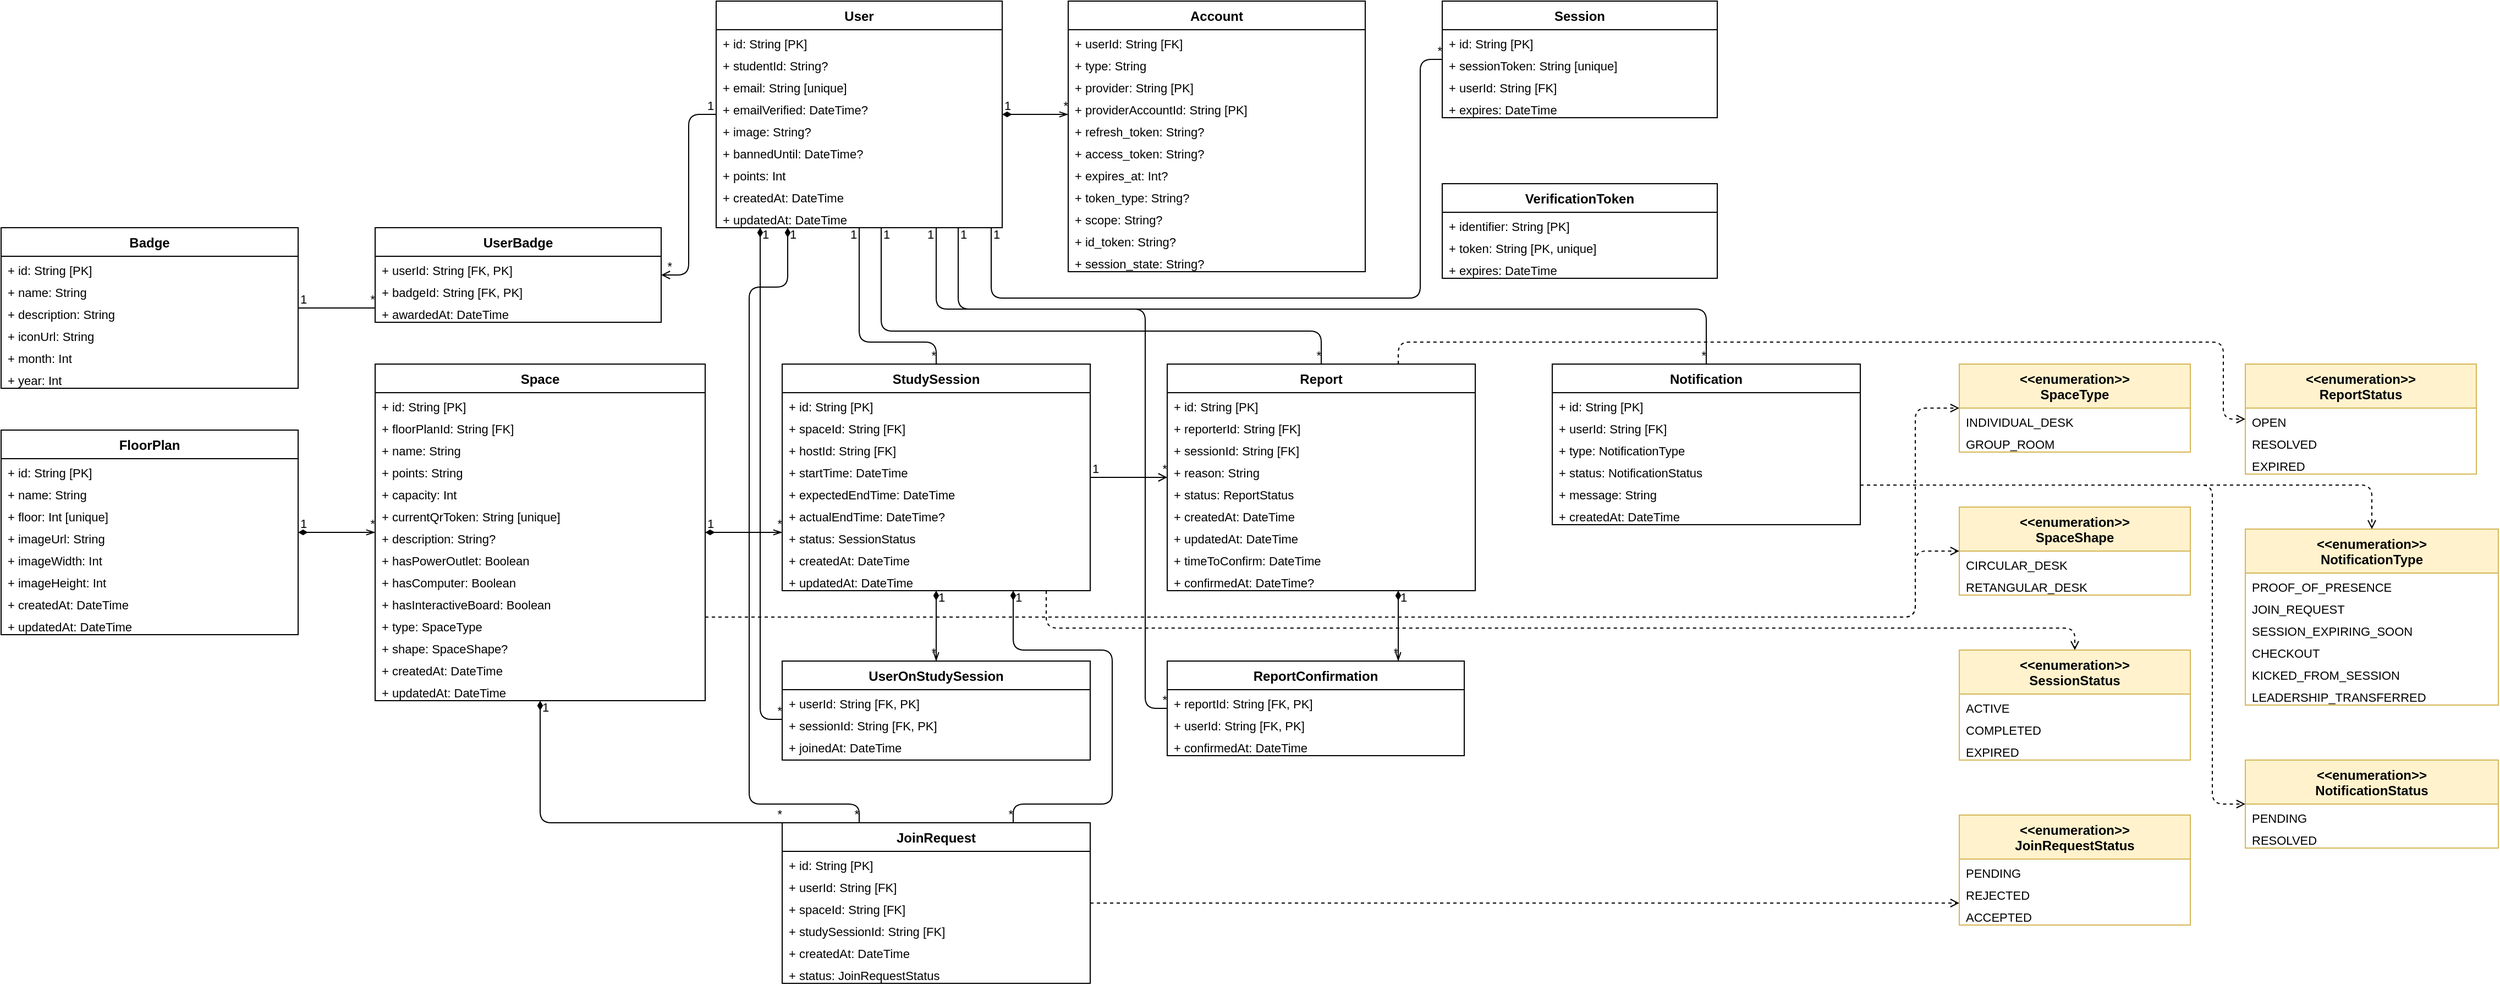
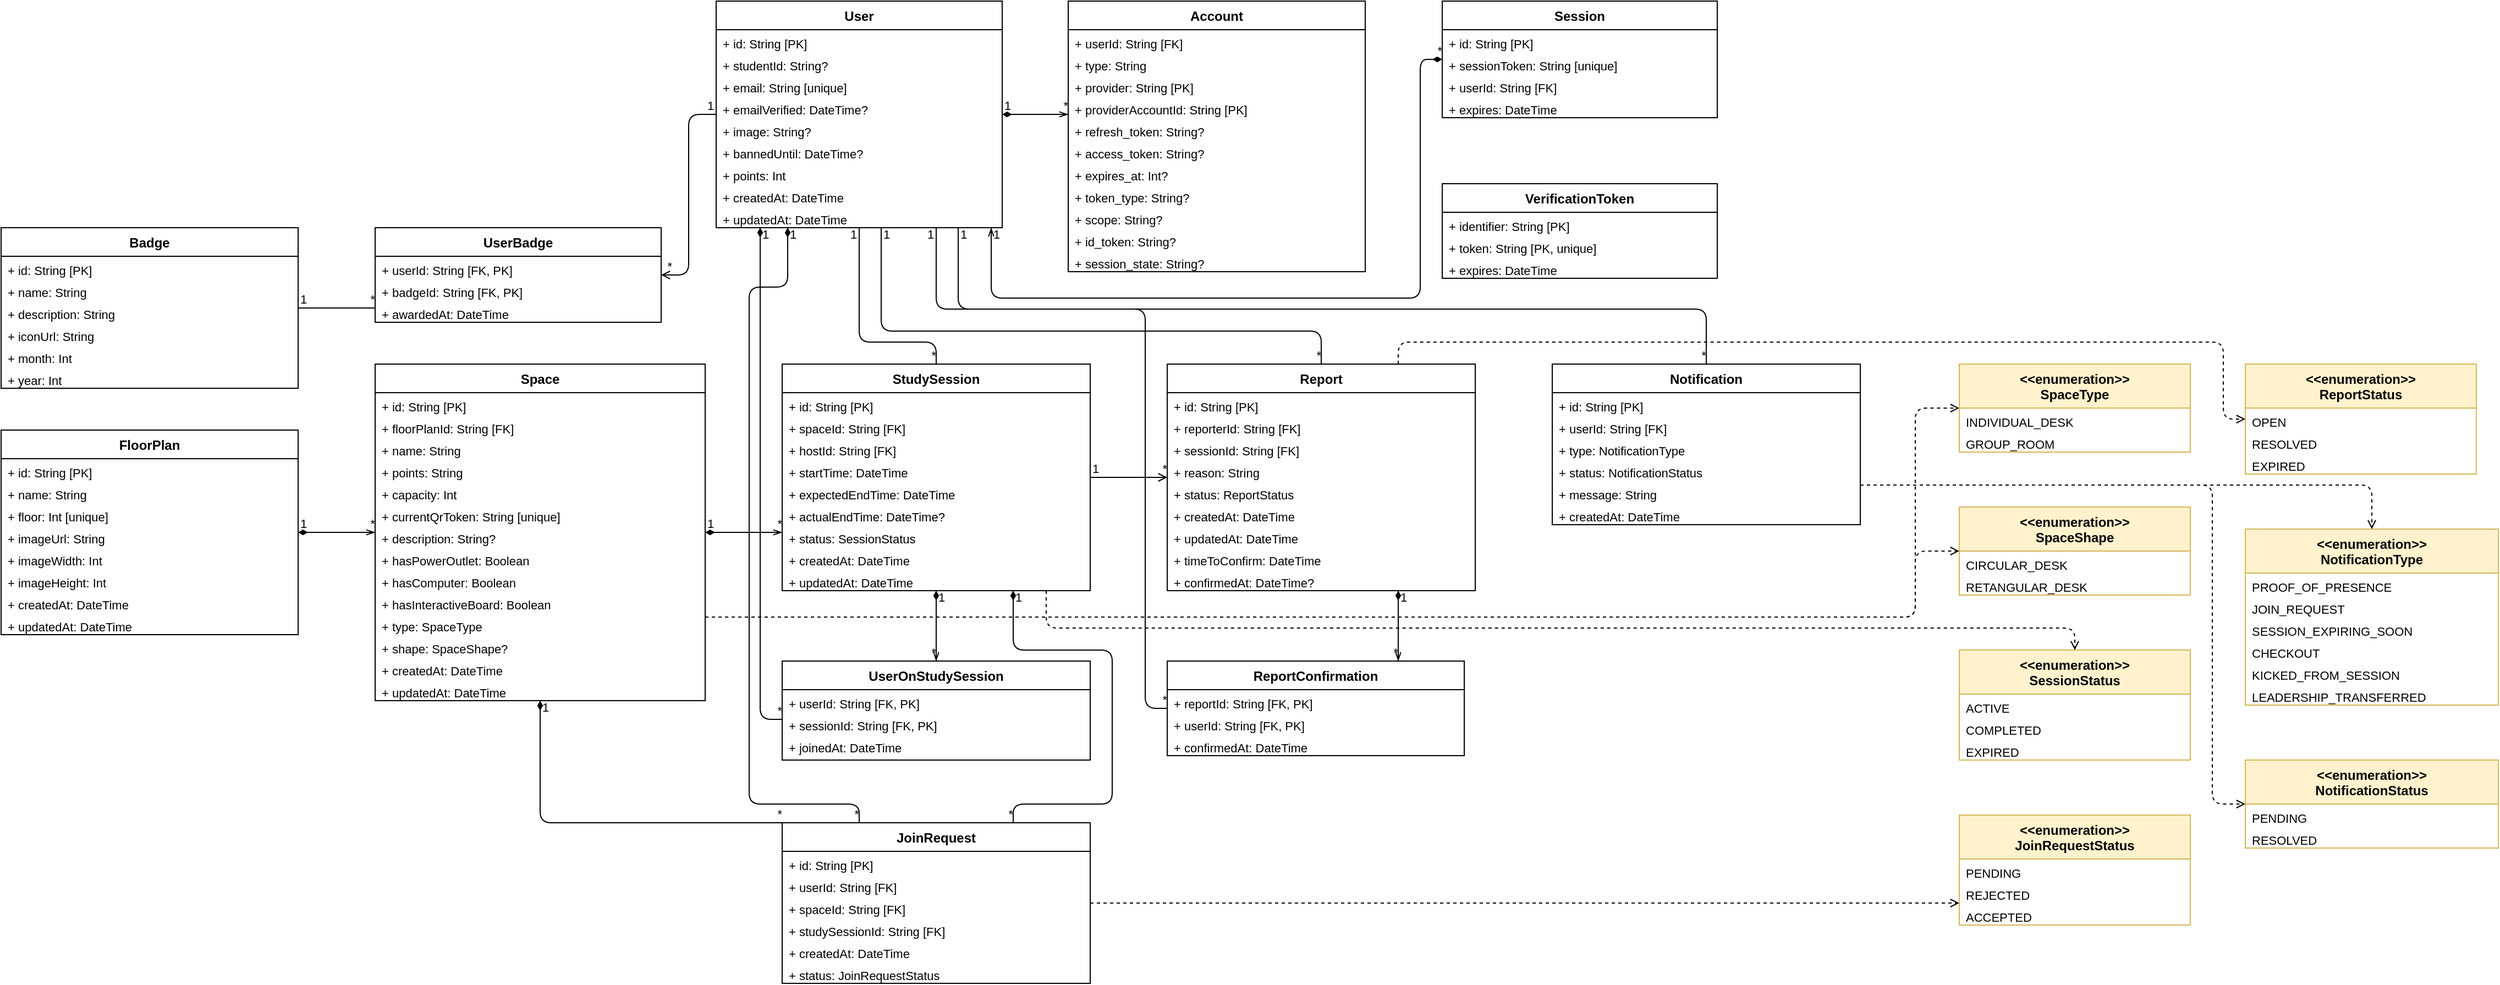
<mxfile host="65bd71144e">
    <diagram id="DdnBWMuHCvRa-rjZU-N_" name="Page-1">
-         <mxGraphModel dx="1161" dy="576" grid="1" gridSize="10" guides="1" tooltips="1" connect="1" arrows="1" fold="1" page="1" pageScale="1" pageWidth="2339" pageHeight="1654" math="0" shadow="0">
+         <mxGraphModel dx="1306" dy="648" grid="1" gridSize="10" guides="1" tooltips="1" connect="1" arrows="1" fold="1" page="1" pageScale="1" pageWidth="2339" pageHeight="1654" math="0" shadow="0">
            <root>
                <mxCell id="0"/>
                <mxCell id="1" parent="0"/>
                <mxCell id="768" value="User" style="swimlane;fontStyle=1;align=center;startSize=26;" parent="1" vertex="1">
                    <mxGeometry x="720" y="70" width="260" height="206" as="geometry"/>
                </mxCell>
                <mxCell id="769" value="+ id: String [PK]" style="text;strokeColor=none;fillColor=none;align=left;spacingLeft=4;fontSize=11;" parent="768" vertex="1">
                    <mxGeometry y="26" width="260" height="20" as="geometry"/>
                </mxCell>
                <mxCell id="770" value="+ studentId: String?" style="text;strokeColor=none;fillColor=none;align=left;spacingLeft=4;fontSize=11;" parent="768" vertex="1">
                    <mxGeometry y="46" width="260" height="20" as="geometry"/>
                </mxCell>
                <mxCell id="771" value="+ email: String [unique]" style="text;strokeColor=none;fillColor=none;align=left;spacingLeft=4;fontSize=11;" parent="768" vertex="1">
                    <mxGeometry y="66" width="260" height="20" as="geometry"/>
                </mxCell>
                <mxCell id="772" value="+ emailVerified: DateTime?" style="text;strokeColor=none;fillColor=none;align=left;spacingLeft=4;fontSize=11;" parent="768" vertex="1">
                    <mxGeometry y="86" width="260" height="20" as="geometry"/>
                </mxCell>
                <mxCell id="773" value="+ image: String?" style="text;strokeColor=none;fillColor=none;align=left;spacingLeft=4;fontSize=11;" parent="768" vertex="1">
                    <mxGeometry y="106" width="260" height="20" as="geometry"/>
                </mxCell>
                <mxCell id="774" value="+ bannedUntil: DateTime?" style="text;strokeColor=none;fillColor=none;align=left;spacingLeft=4;fontSize=11;" parent="768" vertex="1">
                    <mxGeometry y="126" width="260" height="20" as="geometry"/>
                </mxCell>
                <mxCell id="775" value="+ points: Int" style="text;strokeColor=none;fillColor=none;align=left;spacingLeft=4;fontSize=11;" parent="768" vertex="1">
                    <mxGeometry y="146" width="260" height="20" as="geometry"/>
                </mxCell>
                <mxCell id="776" value="+ createdAt: DateTime" style="text;strokeColor=none;fillColor=none;align=left;spacingLeft=4;fontSize=11;" parent="768" vertex="1">
                    <mxGeometry y="166" width="260" height="20" as="geometry"/>
                </mxCell>
                <mxCell id="777" value="+ updatedAt: DateTime" style="text;strokeColor=none;fillColor=none;align=left;spacingLeft=4;fontSize=11;" parent="768" vertex="1">
                    <mxGeometry y="186" width="260" height="20" as="geometry"/>
                </mxCell>
                <mxCell id="778" value="Account" style="swimlane;fontStyle=1;align=center;startSize=26;" parent="1" vertex="1">
                    <mxGeometry x="1040" y="70" width="270" height="246" as="geometry"/>
                </mxCell>
                <mxCell id="779" value="+ userId: String [FK]" style="text;strokeColor=none;fillColor=none;align=left;spacingLeft=4;fontSize=11;" parent="778" vertex="1">
                    <mxGeometry y="26" width="270" height="20" as="geometry"/>
                </mxCell>
                <mxCell id="780" value="+ type: String" style="text;strokeColor=none;fillColor=none;align=left;spacingLeft=4;fontSize=11;" parent="778" vertex="1">
                    <mxGeometry y="46" width="270" height="20" as="geometry"/>
                </mxCell>
                <mxCell id="781" value="+ provider: String [PK]" style="text;strokeColor=none;fillColor=none;align=left;spacingLeft=4;fontSize=11;" parent="778" vertex="1">
                    <mxGeometry y="66" width="270" height="20" as="geometry"/>
                </mxCell>
                <mxCell id="782" value="+ providerAccountId: String [PK]" style="text;strokeColor=none;fillColor=none;align=left;spacingLeft=4;fontSize=11;" parent="778" vertex="1">
                    <mxGeometry y="86" width="270" height="20" as="geometry"/>
                </mxCell>
                <mxCell id="783" value="+ refresh_token: String?" style="text;strokeColor=none;fillColor=none;align=left;spacingLeft=4;fontSize=11;" parent="778" vertex="1">
                    <mxGeometry y="106" width="270" height="20" as="geometry"/>
                </mxCell>
                <mxCell id="784" value="+ access_token: String?" style="text;strokeColor=none;fillColor=none;align=left;spacingLeft=4;fontSize=11;" parent="778" vertex="1">
                    <mxGeometry y="126" width="270" height="20" as="geometry"/>
                </mxCell>
                <mxCell id="785" value="+ expires_at: Int?" style="text;strokeColor=none;fillColor=none;align=left;spacingLeft=4;fontSize=11;" parent="778" vertex="1">
                    <mxGeometry y="146" width="270" height="20" as="geometry"/>
                </mxCell>
                <mxCell id="786" value="+ token_type: String?" style="text;strokeColor=none;fillColor=none;align=left;spacingLeft=4;fontSize=11;" parent="778" vertex="1">
                    <mxGeometry y="166" width="270" height="20" as="geometry"/>
                </mxCell>
                <mxCell id="787" value="+ scope: String?" style="text;strokeColor=none;fillColor=none;align=left;spacingLeft=4;fontSize=11;" parent="778" vertex="1">
                    <mxGeometry y="186" width="270" height="20" as="geometry"/>
                </mxCell>
                <mxCell id="788" value="+ id_token: String?" style="text;strokeColor=none;fillColor=none;align=left;spacingLeft=4;fontSize=11;" parent="778" vertex="1">
                    <mxGeometry y="206" width="270" height="20" as="geometry"/>
                </mxCell>
                <mxCell id="789" value="+ session_state: String?" style="text;strokeColor=none;fillColor=none;align=left;spacingLeft=4;fontSize=11;" parent="778" vertex="1">
                    <mxGeometry y="226" width="270" height="20" as="geometry"/>
                </mxCell>
                <mxCell id="790" value="Session" style="swimlane;fontStyle=1;align=center;startSize=26;" parent="1" vertex="1">
                    <mxGeometry x="1380" y="70" width="250" height="106" as="geometry"/>
                </mxCell>
                <mxCell id="791" value="+ id: String [PK]" style="text;strokeColor=none;fillColor=none;align=left;spacingLeft=4;fontSize=11;" parent="790" vertex="1">
                    <mxGeometry y="26" width="250" height="20" as="geometry"/>
                </mxCell>
                <mxCell id="792" value="+ sessionToken: String [unique]" style="text;strokeColor=none;fillColor=none;align=left;spacingLeft=4;fontSize=11;" parent="790" vertex="1">
                    <mxGeometry y="46" width="250" height="20" as="geometry"/>
                </mxCell>
                <mxCell id="793" value="+ userId: String [FK]" style="text;strokeColor=none;fillColor=none;align=left;spacingLeft=4;fontSize=11;" parent="790" vertex="1">
                    <mxGeometry y="66" width="250" height="20" as="geometry"/>
                </mxCell>
                <mxCell id="794" value="+ expires: DateTime" style="text;strokeColor=none;fillColor=none;align=left;spacingLeft=4;fontSize=11;" parent="790" vertex="1">
                    <mxGeometry y="86" width="250" height="20" as="geometry"/>
                </mxCell>
                <mxCell id="795" value="VerificationToken" style="swimlane;fontStyle=1;align=center;startSize=26;" parent="1" vertex="1">
                    <mxGeometry x="1380" y="236" width="250" height="86" as="geometry"/>
                </mxCell>
                <mxCell id="796" value="+ identifier: String [PK]" style="text;strokeColor=none;fillColor=none;align=left;spacingLeft=4;fontSize=11;" parent="795" vertex="1">
                    <mxGeometry y="26" width="250" height="20" as="geometry"/>
                </mxCell>
                <mxCell id="797" value="+ token: String [PK, unique]" style="text;strokeColor=none;fillColor=none;align=left;spacingLeft=4;fontSize=11;" parent="795" vertex="1">
                    <mxGeometry y="46" width="250" height="20" as="geometry"/>
                </mxCell>
                <mxCell id="798" value="+ expires: DateTime" style="text;strokeColor=none;fillColor=none;align=left;spacingLeft=4;fontSize=11;" parent="795" vertex="1">
                    <mxGeometry y="66" width="250" height="20" as="geometry"/>
                </mxCell>
                <mxCell id="799" value="FloorPlan" style="swimlane;fontStyle=1;align=center;startSize=26;" parent="1" vertex="1">
                    <mxGeometry x="70" y="460" width="270" height="186" as="geometry"/>
                </mxCell>
                <mxCell id="800" value="+ id: String [PK]" style="text;strokeColor=none;fillColor=none;align=left;spacingLeft=4;fontSize=11;" parent="799" vertex="1">
                    <mxGeometry y="26" width="270" height="20" as="geometry"/>
                </mxCell>
                <mxCell id="801" value="+ name: String" style="text;strokeColor=none;fillColor=none;align=left;spacingLeft=4;fontSize=11;" parent="799" vertex="1">
                    <mxGeometry y="46" width="270" height="20" as="geometry"/>
                </mxCell>
                <mxCell id="802" value="+ floor: Int [unique]" style="text;strokeColor=none;fillColor=none;align=left;spacingLeft=4;fontSize=11;" parent="799" vertex="1">
                    <mxGeometry y="66" width="270" height="20" as="geometry"/>
                </mxCell>
                <mxCell id="803" value="+ imageUrl: String" style="text;strokeColor=none;fillColor=none;align=left;spacingLeft=4;fontSize=11;" parent="799" vertex="1">
                    <mxGeometry y="86" width="270" height="20" as="geometry"/>
                </mxCell>
                <mxCell id="804" value="+ imageWidth: Int" style="text;strokeColor=none;fillColor=none;align=left;spacingLeft=4;fontSize=11;" parent="799" vertex="1">
                    <mxGeometry y="106" width="270" height="20" as="geometry"/>
                </mxCell>
                <mxCell id="805" value="+ imageHeight: Int" style="text;strokeColor=none;fillColor=none;align=left;spacingLeft=4;fontSize=11;" parent="799" vertex="1">
                    <mxGeometry y="126" width="270" height="20" as="geometry"/>
                </mxCell>
                <mxCell id="806" value="+ createdAt: DateTime" style="text;strokeColor=none;fillColor=none;align=left;spacingLeft=4;fontSize=11;" parent="799" vertex="1">
                    <mxGeometry y="146" width="270" height="20" as="geometry"/>
                </mxCell>
                <mxCell id="807" value="+ updatedAt: DateTime" style="text;strokeColor=none;fillColor=none;align=left;spacingLeft=4;fontSize=11;" parent="799" vertex="1">
                    <mxGeometry y="166" width="270" height="20" as="geometry"/>
                </mxCell>
                <mxCell id="808" value="Space" style="swimlane;fontStyle=1;align=center;startSize=26;" parent="1" vertex="1">
                    <mxGeometry x="410" y="400" width="300" height="306" as="geometry"/>
                </mxCell>
                <mxCell id="809" value="+ id: String [PK]" style="text;strokeColor=none;fillColor=none;align=left;spacingLeft=4;fontSize=11;" parent="808" vertex="1">
                    <mxGeometry y="26" width="300" height="20" as="geometry"/>
                </mxCell>
                <mxCell id="810" value="+ floorPlanId: String [FK]" style="text;strokeColor=none;fillColor=none;align=left;spacingLeft=4;fontSize=11;" parent="808" vertex="1">
                    <mxGeometry y="46" width="300" height="20" as="geometry"/>
                </mxCell>
                <mxCell id="811" value="+ name: String" style="text;strokeColor=none;fillColor=none;align=left;spacingLeft=4;fontSize=11;" parent="808" vertex="1">
                    <mxGeometry y="66" width="300" height="20" as="geometry"/>
                </mxCell>
                <mxCell id="812" value="+ points: String" style="text;strokeColor=none;fillColor=none;align=left;spacingLeft=4;fontSize=11;" parent="808" vertex="1">
                    <mxGeometry y="86" width="300" height="20" as="geometry"/>
                </mxCell>
                <mxCell id="813" value="+ capacity: Int" style="text;strokeColor=none;fillColor=none;align=left;spacingLeft=4;fontSize=11;" parent="808" vertex="1">
                    <mxGeometry y="106" width="300" height="20" as="geometry"/>
                </mxCell>
                <mxCell id="814" value="+ currentQrToken: String [unique]" style="text;strokeColor=none;fillColor=none;align=left;spacingLeft=4;fontSize=11;" parent="808" vertex="1">
                    <mxGeometry y="126" width="300" height="20" as="geometry"/>
                </mxCell>
                <mxCell id="815" value="+ description: String?" style="text;strokeColor=none;fillColor=none;align=left;spacingLeft=4;fontSize=11;" parent="808" vertex="1">
                    <mxGeometry y="146" width="300" height="20" as="geometry"/>
                </mxCell>
                <mxCell id="816" value="+ hasPowerOutlet: Boolean" style="text;strokeColor=none;fillColor=none;align=left;spacingLeft=4;fontSize=11;" parent="808" vertex="1">
                    <mxGeometry y="166" width="300" height="20" as="geometry"/>
                </mxCell>
                <mxCell id="817" value="+ hasComputer: Boolean" style="text;strokeColor=none;fillColor=none;align=left;spacingLeft=4;fontSize=11;" parent="808" vertex="1">
                    <mxGeometry y="186" width="300" height="20" as="geometry"/>
                </mxCell>
                <mxCell id="818" value="+ hasInteractiveBoard: Boolean" style="text;strokeColor=none;fillColor=none;align=left;spacingLeft=4;fontSize=11;" parent="808" vertex="1">
                    <mxGeometry y="206" width="300" height="20" as="geometry"/>
                </mxCell>
                <mxCell id="819" value="+ type: SpaceType" style="text;strokeColor=none;fillColor=none;align=left;spacingLeft=4;fontSize=11;" parent="808" vertex="1">
                    <mxGeometry y="226" width="300" height="20" as="geometry"/>
                </mxCell>
                <mxCell id="820" value="+ shape: SpaceShape?" style="text;strokeColor=none;fillColor=none;align=left;spacingLeft=4;fontSize=11;" parent="808" vertex="1">
                    <mxGeometry y="246" width="300" height="20" as="geometry"/>
                </mxCell>
                <mxCell id="821" value="+ createdAt: DateTime" style="text;strokeColor=none;fillColor=none;align=left;spacingLeft=4;fontSize=11;" parent="808" vertex="1">
                    <mxGeometry y="266" width="300" height="20" as="geometry"/>
                </mxCell>
                <mxCell id="822" value="+ updatedAt: DateTime" style="text;strokeColor=none;fillColor=none;align=left;spacingLeft=4;fontSize=11;" parent="808" vertex="1">
                    <mxGeometry y="286" width="300" height="20" as="geometry"/>
                </mxCell>
                <mxCell id="823" value="StudySession" style="swimlane;fontStyle=1;align=center;startSize=26;" parent="1" vertex="1">
                    <mxGeometry x="780" y="400" width="280" height="206" as="geometry"/>
                </mxCell>
                <mxCell id="824" value="+ id: String [PK]" style="text;strokeColor=none;fillColor=none;align=left;spacingLeft=4;fontSize=11;" parent="823" vertex="1">
                    <mxGeometry y="26" width="280" height="20" as="geometry"/>
                </mxCell>
                <mxCell id="825" value="+ spaceId: String [FK]" style="text;strokeColor=none;fillColor=none;align=left;spacingLeft=4;fontSize=11;" parent="823" vertex="1">
                    <mxGeometry y="46" width="280" height="20" as="geometry"/>
                </mxCell>
                <mxCell id="826" value="+ hostId: String [FK]" style="text;strokeColor=none;fillColor=none;align=left;spacingLeft=4;fontSize=11;" parent="823" vertex="1">
                    <mxGeometry y="66" width="280" height="20" as="geometry"/>
                </mxCell>
                <mxCell id="827" value="+ startTime: DateTime" style="text;strokeColor=none;fillColor=none;align=left;spacingLeft=4;fontSize=11;" parent="823" vertex="1">
                    <mxGeometry y="86" width="280" height="20" as="geometry"/>
                </mxCell>
                <mxCell id="828" value="+ expectedEndTime: DateTime" style="text;strokeColor=none;fillColor=none;align=left;spacingLeft=4;fontSize=11;" parent="823" vertex="1">
                    <mxGeometry y="106" width="280" height="20" as="geometry"/>
                </mxCell>
                <mxCell id="829" value="+ actualEndTime: DateTime?" style="text;strokeColor=none;fillColor=none;align=left;spacingLeft=4;fontSize=11;" parent="823" vertex="1">
                    <mxGeometry y="126" width="280" height="20" as="geometry"/>
                </mxCell>
                <mxCell id="830" value="+ status: SessionStatus" style="text;strokeColor=none;fillColor=none;align=left;spacingLeft=4;fontSize=11;" parent="823" vertex="1">
                    <mxGeometry y="146" width="280" height="20" as="geometry"/>
                </mxCell>
                <mxCell id="831" value="+ createdAt: DateTime" style="text;strokeColor=none;fillColor=none;align=left;spacingLeft=4;fontSize=11;" parent="823" vertex="1">
                    <mxGeometry y="166" width="280" height="20" as="geometry"/>
                </mxCell>
                <mxCell id="832" value="+ updatedAt: DateTime" style="text;strokeColor=none;fillColor=none;align=left;spacingLeft=4;fontSize=11;" parent="823" vertex="1">
                    <mxGeometry y="186" width="280" height="20" as="geometry"/>
                </mxCell>
                <mxCell id="833" value="UserOnStudySession" style="swimlane;fontStyle=1;align=center;startSize=26;" parent="1" vertex="1">
                    <mxGeometry x="780" y="670" width="280" height="90" as="geometry"/>
                </mxCell>
                <mxCell id="834" value="+ userId: String [FK, PK]" style="text;strokeColor=none;fillColor=none;align=left;spacingLeft=4;fontSize=11;" parent="833" vertex="1">
                    <mxGeometry y="26" width="280" height="20" as="geometry"/>
                </mxCell>
                <mxCell id="835" value="+ sessionId: String [FK, PK]" style="text;strokeColor=none;fillColor=none;align=left;spacingLeft=4;fontSize=11;" parent="833" vertex="1">
                    <mxGeometry y="46" width="280" height="20" as="geometry"/>
                </mxCell>
                <mxCell id="837" value="+ joinedAt: DateTime" style="text;strokeColor=none;fillColor=none;align=left;spacingLeft=4;fontSize=11;" parent="833" vertex="1">
                    <mxGeometry y="66" width="280" height="20" as="geometry"/>
                </mxCell>
                <mxCell id="838" value="Report" style="swimlane;fontStyle=1;align=center;startSize=26;" parent="1" vertex="1">
                    <mxGeometry x="1130" y="400" width="280" height="206" as="geometry"/>
                </mxCell>
                <mxCell id="839" value="+ id: String [PK]" style="text;strokeColor=none;fillColor=none;align=left;spacingLeft=4;fontSize=11;" parent="838" vertex="1">
                    <mxGeometry y="26" width="280" height="20" as="geometry"/>
                </mxCell>
                <mxCell id="840" value="+ reporterId: String [FK]" style="text;strokeColor=none;fillColor=none;align=left;spacingLeft=4;fontSize=11;" parent="838" vertex="1">
                    <mxGeometry y="46" width="280" height="20" as="geometry"/>
                </mxCell>
                <mxCell id="841" value="+ sessionId: String [FK]" style="text;strokeColor=none;fillColor=none;align=left;spacingLeft=4;fontSize=11;" parent="838" vertex="1">
                    <mxGeometry y="66" width="280" height="20" as="geometry"/>
                </mxCell>
                <mxCell id="842" value="+ reason: String" style="text;strokeColor=none;fillColor=none;align=left;spacingLeft=4;fontSize=11;" parent="838" vertex="1">
                    <mxGeometry y="86" width="280" height="20" as="geometry"/>
                </mxCell>
                <mxCell id="843" value="+ status: ReportStatus" style="text;strokeColor=none;fillColor=none;align=left;spacingLeft=4;fontSize=11;" parent="838" vertex="1">
                    <mxGeometry y="106" width="280" height="20" as="geometry"/>
                </mxCell>
                <mxCell id="844" value="+ createdAt: DateTime" style="text;strokeColor=none;fillColor=none;align=left;spacingLeft=4;fontSize=11;" parent="838" vertex="1">
                    <mxGeometry y="126" width="280" height="20" as="geometry"/>
                </mxCell>
                <mxCell id="845" value="+ updatedAt: DateTime" style="text;strokeColor=none;fillColor=none;align=left;spacingLeft=4;fontSize=11;" parent="838" vertex="1">
                    <mxGeometry y="146" width="280" height="20" as="geometry"/>
                </mxCell>
                <mxCell id="846" value="+ timeToConfirm: DateTime" style="text;strokeColor=none;fillColor=none;align=left;spacingLeft=4;fontSize=11;" parent="838" vertex="1">
                    <mxGeometry y="166" width="280" height="20" as="geometry"/>
                </mxCell>
                <mxCell id="847" value="+ confirmedAt: DateTime?" style="text;strokeColor=none;fillColor=none;align=left;spacingLeft=4;fontSize=11;" parent="838" vertex="1">
                    <mxGeometry y="186" width="280" height="20" as="geometry"/>
                </mxCell>
                <mxCell id="848" value="ReportConfirmation" style="swimlane;fontStyle=1;align=center;startSize=26;" parent="1" vertex="1">
                    <mxGeometry x="1130" y="670" width="270" height="86" as="geometry"/>
                </mxCell>
                <mxCell id="849" value="+ reportId: String [FK, PK]" style="text;strokeColor=none;fillColor=none;align=left;spacingLeft=4;fontSize=11;" parent="848" vertex="1">
                    <mxGeometry y="26" width="270" height="20" as="geometry"/>
                </mxCell>
                <mxCell id="850" value="+ userId: String [FK, PK]" style="text;strokeColor=none;fillColor=none;align=left;spacingLeft=4;fontSize=11;" parent="848" vertex="1">
                    <mxGeometry y="46" width="270" height="20" as="geometry"/>
                </mxCell>
                <mxCell id="851" value="+ confirmedAt: DateTime" style="text;strokeColor=none;fillColor=none;align=left;spacingLeft=4;fontSize=11;" parent="848" vertex="1">
                    <mxGeometry y="66" width="270" height="20" as="geometry"/>
                </mxCell>
                <mxCell id="852" value="Notification" style="swimlane;fontStyle=1;align=center;startSize=26;" parent="1" vertex="1">
                    <mxGeometry x="1480" y="400" width="280" height="146" as="geometry"/>
                </mxCell>
                <mxCell id="853" value="+ id: String [PK]" style="text;strokeColor=none;fillColor=none;align=left;spacingLeft=4;fontSize=11;" parent="852" vertex="1">
                    <mxGeometry y="26" width="280" height="20" as="geometry"/>
                </mxCell>
                <mxCell id="854" value="+ userId: String [FK]" style="text;strokeColor=none;fillColor=none;align=left;spacingLeft=4;fontSize=11;" parent="852" vertex="1">
                    <mxGeometry y="46" width="280" height="20" as="geometry"/>
                </mxCell>
                <mxCell id="855" value="+ type: NotificationType" style="text;strokeColor=none;fillColor=none;align=left;spacingLeft=4;fontSize=11;" parent="852" vertex="1">
                    <mxGeometry y="66" width="280" height="20" as="geometry"/>
                </mxCell>
                <mxCell id="856" value="+ status: NotificationStatus" style="text;strokeColor=none;fillColor=none;align=left;spacingLeft=4;fontSize=11;" parent="852" vertex="1">
                    <mxGeometry y="86" width="280" height="20" as="geometry"/>
                </mxCell>
                <mxCell id="857" value="+ message: String" style="text;strokeColor=none;fillColor=none;align=left;spacingLeft=4;fontSize=11;" parent="852" vertex="1">
                    <mxGeometry y="106" width="280" height="20" as="geometry"/>
                </mxCell>
                <mxCell id="858" value="+ createdAt: DateTime" style="text;strokeColor=none;fillColor=none;align=left;spacingLeft=4;fontSize=11;" parent="852" vertex="1">
                    <mxGeometry y="126" width="280" height="20" as="geometry"/>
                </mxCell>
                <mxCell id="859" value="Badge" style="swimlane;fontStyle=1;align=center;startSize=26;" parent="1" vertex="1">
                    <mxGeometry x="70" y="276" width="270" height="146" as="geometry"/>
                </mxCell>
                <mxCell id="860" value="+ id: String [PK]" style="text;strokeColor=none;fillColor=none;align=left;spacingLeft=4;fontSize=11;" parent="859" vertex="1">
                    <mxGeometry y="26" width="270" height="20" as="geometry"/>
                </mxCell>
                <mxCell id="861" value="+ name: String" style="text;strokeColor=none;fillColor=none;align=left;spacingLeft=4;fontSize=11;" parent="859" vertex="1">
                    <mxGeometry y="46" width="270" height="20" as="geometry"/>
                </mxCell>
                <mxCell id="862" value="+ description: String" style="text;strokeColor=none;fillColor=none;align=left;spacingLeft=4;fontSize=11;" parent="859" vertex="1">
                    <mxGeometry y="66" width="270" height="20" as="geometry"/>
                </mxCell>
                <mxCell id="863" value="+ iconUrl: String" style="text;strokeColor=none;fillColor=none;align=left;spacingLeft=4;fontSize=11;" parent="859" vertex="1">
                    <mxGeometry y="86" width="270" height="20" as="geometry"/>
                </mxCell>
                <mxCell id="864" value="+ month: Int" style="text;strokeColor=none;fillColor=none;align=left;spacingLeft=4;fontSize=11;" parent="859" vertex="1">
                    <mxGeometry y="106" width="270" height="20" as="geometry"/>
                </mxCell>
                <mxCell id="865" value="+ year: Int" style="text;strokeColor=none;fillColor=none;align=left;spacingLeft=4;fontSize=11;" parent="859" vertex="1">
                    <mxGeometry y="126" width="270" height="20" as="geometry"/>
                </mxCell>
                <mxCell id="866" value="UserBadge" style="swimlane;fontStyle=1;align=center;startSize=26;" parent="1" vertex="1">
                    <mxGeometry x="410" y="276" width="260" height="86" as="geometry"/>
                </mxCell>
                <mxCell id="867" value="+ userId: String [FK, PK]" style="text;strokeColor=none;fillColor=none;align=left;spacingLeft=4;fontSize=11;" parent="866" vertex="1">
                    <mxGeometry y="26" width="260" height="20" as="geometry"/>
                </mxCell>
                <mxCell id="868" value="+ badgeId: String [FK, PK]" style="text;strokeColor=none;fillColor=none;align=left;spacingLeft=4;fontSize=11;" parent="866" vertex="1">
                    <mxGeometry y="46" width="260" height="20" as="geometry"/>
                </mxCell>
                <mxCell id="869" value="+ awardedAt: DateTime" style="text;strokeColor=none;fillColor=none;align=left;spacingLeft=4;fontSize=11;" parent="866" vertex="1">
                    <mxGeometry y="66" width="260" height="20" as="geometry"/>
                </mxCell>
                <mxCell id="870" value="&lt;&lt;enumeration&gt;&gt;&#xa;SpaceType" style="swimlane;fontStyle=1;align=center;startSize=40;fillColor=#fff2cc;strokeColor=#d6b656;" parent="1" vertex="1">
                    <mxGeometry x="1850" y="400" width="210" height="80" as="geometry"/>
                </mxCell>
                <mxCell id="871" value="INDIVIDUAL_DESK" style="text;strokeColor=none;fillColor=none;align=left;spacingLeft=4;fontSize=11;" parent="870" vertex="1">
                    <mxGeometry y="40" width="210" height="20" as="geometry"/>
                </mxCell>
                <mxCell id="872" value="GROUP_ROOM" style="text;strokeColor=none;fillColor=none;align=left;spacingLeft=4;fontSize=11;" parent="870" vertex="1">
                    <mxGeometry y="60" width="210" height="20" as="geometry"/>
                </mxCell>
                <mxCell id="873" value="&lt;&lt;enumeration&gt;&gt;&#xa;SpaceShape" style="swimlane;fontStyle=1;align=center;startSize=40;fillColor=#fff2cc;strokeColor=#d6b656;" parent="1" vertex="1">
                    <mxGeometry x="1850" y="530" width="210" height="80" as="geometry"/>
                </mxCell>
                <mxCell id="874" value="CIRCULAR_DESK" style="text;strokeColor=none;fillColor=none;align=left;spacingLeft=4;fontSize=11;" parent="873" vertex="1">
                    <mxGeometry y="40" width="210" height="20" as="geometry"/>
                </mxCell>
                <mxCell id="875" value="RETANGULAR_DESK" style="text;strokeColor=none;fillColor=none;align=left;spacingLeft=4;fontSize=11;" parent="873" vertex="1">
                    <mxGeometry y="60" width="210" height="20" as="geometry"/>
                </mxCell>
                <mxCell id="876" value="&lt;&lt;enumeration&gt;&gt;&#xa;SessionStatus" style="swimlane;fontStyle=1;align=center;startSize=40;fillColor=#fff2cc;strokeColor=#d6b656;" parent="1" vertex="1">
                    <mxGeometry x="1850" y="660" width="210" height="100" as="geometry"/>
                </mxCell>
                <mxCell id="877" value="ACTIVE" style="text;strokeColor=none;fillColor=none;align=left;spacingLeft=4;fontSize=11;" parent="876" vertex="1">
                    <mxGeometry y="40" width="210" height="20" as="geometry"/>
                </mxCell>
                <mxCell id="878" value="COMPLETED" style="text;strokeColor=none;fillColor=none;align=left;spacingLeft=4;fontSize=11;" parent="876" vertex="1">
                    <mxGeometry y="60" width="210" height="20" as="geometry"/>
                </mxCell>
                <mxCell id="879" value="EXPIRED" style="text;strokeColor=none;fillColor=none;align=left;spacingLeft=4;fontSize=11;" parent="876" vertex="1">
                    <mxGeometry y="80" width="210" height="20" as="geometry"/>
                </mxCell>
                <mxCell id="880" value="&lt;&lt;enumeration&gt;&gt;&#xa;JoinRequestStatus" style="swimlane;fontStyle=1;align=center;startSize=40;fillColor=#fff2cc;strokeColor=#d6b656;" parent="1" vertex="1">
                    <mxGeometry x="1850" y="810" width="210" height="100" as="geometry"/>
                </mxCell>
                <mxCell id="883" value="REJECTED" style="text;strokeColor=none;fillColor=none;align=left;spacingLeft=4;fontSize=11;" parent="880" vertex="1">
                    <mxGeometry y="60" width="210" height="20" as="geometry"/>
                </mxCell>
                <mxCell id="882" value="PENDING" style="text;strokeColor=none;fillColor=none;align=left;spacingLeft=4;fontSize=11;" parent="880" vertex="1">
                    <mxGeometry y="40" width="210" height="20" as="geometry"/>
                </mxCell>
                <mxCell id="881" value="ACCEPTED" style="text;strokeColor=none;fillColor=none;align=left;spacingLeft=4;fontSize=11;" parent="880" vertex="1">
                    <mxGeometry y="80" width="210" height="20" as="geometry"/>
                </mxCell>
                <mxCell id="884" value="&lt;&lt;enumeration&gt;&gt;&#xa;ReportStatus" style="swimlane;fontStyle=1;align=center;startSize=40;fillColor=#fff2cc;strokeColor=#d6b656;" parent="1" vertex="1">
                    <mxGeometry x="2110" y="400" width="210" height="100" as="geometry"/>
                </mxCell>
                <mxCell id="885" value="OPEN" style="text;strokeColor=none;fillColor=none;align=left;spacingLeft=4;fontSize=11;" parent="884" vertex="1">
                    <mxGeometry y="40" width="210" height="20" as="geometry"/>
                </mxCell>
                <mxCell id="886" value="RESOLVED" style="text;strokeColor=none;fillColor=none;align=left;spacingLeft=4;fontSize=11;" parent="884" vertex="1">
                    <mxGeometry y="60" width="210" height="20" as="geometry"/>
                </mxCell>
                <mxCell id="887" value="EXPIRED" style="text;strokeColor=none;fillColor=none;align=left;spacingLeft=4;fontSize=11;" parent="884" vertex="1">
                    <mxGeometry y="80" width="210" height="20" as="geometry"/>
                </mxCell>
                <mxCell id="888" value="&lt;&lt;enumeration&gt;&gt;&#xa;NotificationType" style="swimlane;fontStyle=1;align=center;startSize=40;fillColor=#fff2cc;strokeColor=#d6b656;" parent="1" vertex="1">
                    <mxGeometry x="2110" y="550" width="230" height="160" as="geometry"/>
                </mxCell>
                <mxCell id="889" value="PROOF_OF_PRESENCE" style="text;strokeColor=none;fillColor=none;align=left;spacingLeft=4;fontSize=11;" parent="888" vertex="1">
                    <mxGeometry y="40" width="230" height="20" as="geometry"/>
                </mxCell>
                <mxCell id="890" value="JOIN_REQUEST" style="text;strokeColor=none;fillColor=none;align=left;spacingLeft=4;fontSize=11;" parent="888" vertex="1">
                    <mxGeometry y="60" width="230" height="20" as="geometry"/>
                </mxCell>
                <mxCell id="891" value="SESSION_EXPIRING_SOON" style="text;strokeColor=none;fillColor=none;align=left;spacingLeft=4;fontSize=11;" parent="888" vertex="1">
                    <mxGeometry y="80" width="230" height="20" as="geometry"/>
                </mxCell>
                <mxCell id="892" value="CHECKOUT" style="text;strokeColor=none;fillColor=none;align=left;spacingLeft=4;fontSize=11;" parent="888" vertex="1">
                    <mxGeometry y="100" width="230" height="20" as="geometry"/>
                </mxCell>
                <mxCell id="893" value="KICKED_FROM_SESSION" style="text;strokeColor=none;fillColor=none;align=left;spacingLeft=4;fontSize=11;" parent="888" vertex="1">
                    <mxGeometry y="120" width="230" height="20" as="geometry"/>
                </mxCell>
                <mxCell id="894" value="LEADERSHIP_TRANSFERRED" style="text;strokeColor=none;fillColor=none;align=left;spacingLeft=4;fontSize=11;" parent="888" vertex="1">
                    <mxGeometry y="140" width="230" height="20" as="geometry"/>
                </mxCell>
                <mxCell id="895" value="&lt;&lt;enumeration&gt;&gt;&#xa;NotificationStatus" style="swimlane;fontStyle=1;align=center;startSize=40;fillColor=#fff2cc;strokeColor=#d6b656;" parent="1" vertex="1">
                    <mxGeometry x="2110" y="760" width="230" height="80" as="geometry"/>
                </mxCell>
                <mxCell id="896" value="PENDING" style="text;strokeColor=none;fillColor=none;align=left;spacingLeft=4;fontSize=11;" parent="895" vertex="1">
                    <mxGeometry y="40" width="230" height="20" as="geometry"/>
                </mxCell>
                <mxCell id="897" value="RESOLVED" style="text;strokeColor=none;fillColor=none;align=left;spacingLeft=4;fontSize=11;" parent="895" vertex="1">
                    <mxGeometry y="60" width="230" height="20" as="geometry"/>
                </mxCell>
                <mxCell id="898" value="" style="edgeStyle=orthogonalEdgeStyle;endArrow=openThin;endFill=0;startArrow=diamondThin;startFill=1;" parent="1" source="768" target="778" edge="1">
                    <mxGeometry relative="1" as="geometry">
                        <Array as="points">
                            <mxPoint x="980" y="170"/>
                            <mxPoint x="980" y="170"/>
                        </Array>
                    </mxGeometry>
                </mxCell>
                <mxCell id="899" value="1" style="resizable=0;html=1;align=left;verticalAlign=bottom;labelBackgroundColor=none;fontSize=11;" parent="898" connectable="0" vertex="1">
                    <mxGeometry x="-1" relative="1" as="geometry">
                        <mxPoint as="offset"/>
                    </mxGeometry>
                </mxCell>
                <mxCell id="900" value="*" style="resizable=0;html=1;align=right;verticalAlign=bottom;labelBackgroundColor=none;fontSize=11;" parent="898" connectable="0" vertex="1">
                    <mxGeometry x="1" relative="1" as="geometry">
                        <mxPoint as="offset"/>
                    </mxGeometry>
                </mxCell>
-                 <mxCell id="901" value="" style="edgeStyle=orthogonalEdgeStyle;endArrow=none;endFill=0;startArrow=none;startFill=0;" parent="1" source="768" target="790" edge="1">
+                 <mxCell id="901" value="" style="edgeStyle=orthogonalEdgeStyle;endArrow=diamondThin;endFill=1;startArrow=openThin;startFill=0;" parent="1" source="768" target="790" edge="1">
                    <mxGeometry relative="1" as="geometry">
                        <Array as="points">
                            <mxPoint x="970" y="340"/>
                            <mxPoint x="1360" y="340"/>
                            <mxPoint x="1360" y="123"/>
                        </Array>
                    </mxGeometry>
                </mxCell>
                <mxCell id="902" value="1" style="resizable=0;html=1;align=left;verticalAlign=bottom;labelBackgroundColor=none;fontSize=11;" parent="901" connectable="0" vertex="1">
                    <mxGeometry x="-1" relative="1" as="geometry">
                        <mxPoint y="14" as="offset"/>
                    </mxGeometry>
                </mxCell>
                <mxCell id="903" value="*" style="resizable=0;html=1;align=right;verticalAlign=bottom;labelBackgroundColor=none;fontSize=11;" parent="901" connectable="0" vertex="1">
                    <mxGeometry x="1" relative="1" as="geometry">
                        <mxPoint as="offset"/>
                    </mxGeometry>
                </mxCell>
                <mxCell id="904" value="" style="edgeStyle=orthogonalEdgeStyle;endArrow=openThin;endFill=0;startArrow=diamondThin;startFill=1;" parent="1" source="799" target="808" edge="1">
                    <mxGeometry relative="1" as="geometry"/>
                </mxCell>
                <mxCell id="905" value="1" style="resizable=0;html=1;align=left;verticalAlign=bottom;labelBackgroundColor=none;fontSize=11;" parent="904" connectable="0" vertex="1">
                    <mxGeometry x="-1" relative="1" as="geometry">
                        <mxPoint as="offset"/>
                    </mxGeometry>
                </mxCell>
                <mxCell id="906" value="*" style="resizable=0;html=1;align=right;verticalAlign=bottom;labelBackgroundColor=none;fontSize=11;" parent="904" connectable="0" vertex="1">
                    <mxGeometry x="1" relative="1" as="geometry">
                        <mxPoint as="offset"/>
                    </mxGeometry>
                </mxCell>
                <mxCell id="907" value="" style="edgeStyle=orthogonalEdgeStyle;endArrow=openThin;endFill=0;startArrow=diamondThin;startFill=1;" parent="1" source="808" target="823" edge="1">
                    <mxGeometry relative="1" as="geometry">
                        <Array as="points">
                            <mxPoint x="760" y="553"/>
                            <mxPoint x="760" y="553"/>
                        </Array>
                    </mxGeometry>
                </mxCell>
                <mxCell id="908" value="1" style="resizable=0;html=1;align=left;verticalAlign=bottom;labelBackgroundColor=none;fontSize=11;" parent="907" connectable="0" vertex="1">
                    <mxGeometry x="-1" relative="1" as="geometry">
                        <mxPoint as="offset"/>
                    </mxGeometry>
                </mxCell>
                <mxCell id="909" value="*" style="resizable=0;html=1;align=right;verticalAlign=bottom;labelBackgroundColor=none;fontSize=11;" parent="907" connectable="0" vertex="1">
                    <mxGeometry x="1" relative="1" as="geometry">
                        <mxPoint as="offset"/>
                    </mxGeometry>
                </mxCell>
                <mxCell id="910" value="" style="edgeStyle=orthogonalEdgeStyle;endArrow=none;endFill=0;startArrow=none;startFill=0;" parent="1" source="768" target="823" edge="1">
                    <mxGeometry relative="1" as="geometry">
                        <Array as="points">
                            <mxPoint x="850" y="380"/>
                            <mxPoint x="920" y="380"/>
                        </Array>
                    </mxGeometry>
                </mxCell>
                <mxCell id="911" value="1" style="resizable=0;html=1;align=left;verticalAlign=bottom;labelBackgroundColor=none;fontSize=11;" parent="910" connectable="0" vertex="1">
                    <mxGeometry x="-1" relative="1" as="geometry">
                        <mxPoint x="-10" y="14" as="offset"/>
                    </mxGeometry>
                </mxCell>
                <mxCell id="912" value="*" style="resizable=0;html=1;align=right;verticalAlign=bottom;labelBackgroundColor=none;fontSize=11;" parent="910" connectable="0" vertex="1">
                    <mxGeometry x="1" relative="1" as="geometry">
                        <mxPoint as="offset"/>
                    </mxGeometry>
                </mxCell>
                <mxCell id="913" value="" style="edgeStyle=orthogonalEdgeStyle;endArrow=openThin;endFill=0;startArrow=diamondThin;startFill=1;" parent="1" source="823" target="833" edge="1">
                    <mxGeometry relative="1" as="geometry"/>
                </mxCell>
                <mxCell id="914" value="1" style="resizable=0;html=1;align=left;verticalAlign=bottom;labelBackgroundColor=none;fontSize=11;" parent="913" connectable="0" vertex="1">
                    <mxGeometry x="-1" relative="1" as="geometry">
                        <mxPoint y="14" as="offset"/>
                    </mxGeometry>
                </mxCell>
                <mxCell id="915" value="*" style="resizable=0;html=1;align=right;verticalAlign=bottom;labelBackgroundColor=none;fontSize=11;" parent="913" connectable="0" vertex="1">
                    <mxGeometry x="1" relative="1" as="geometry">
                        <mxPoint as="offset"/>
                    </mxGeometry>
                </mxCell>
                <mxCell id="916" value="" style="edgeStyle=orthogonalEdgeStyle;endArrow=none;endFill=0;startArrow=diamondThin;startFill=1;" parent="1" source="768" target="833" edge="1">
                    <mxGeometry relative="1" as="geometry">
                        <Array as="points">
                            <mxPoint x="760" y="723"/>
                        </Array>
                    </mxGeometry>
                </mxCell>
                <mxCell id="917" value="1" style="resizable=0;html=1;align=left;verticalAlign=bottom;labelBackgroundColor=none;fontSize=11;" parent="916" connectable="0" vertex="1">
                    <mxGeometry x="-1" relative="1" as="geometry">
                        <mxPoint y="14" as="offset"/>
                    </mxGeometry>
                </mxCell>
                <mxCell id="918" value="*" style="resizable=0;html=1;align=right;verticalAlign=bottom;labelBackgroundColor=none;fontSize=11;" parent="916" connectable="0" vertex="1">
                    <mxGeometry x="1" relative="1" as="geometry">
                        <mxPoint as="offset"/>
                    </mxGeometry>
                </mxCell>
                <mxCell id="919" value="" style="edgeStyle=orthogonalEdgeStyle;endArrow=open;endFill=0;" parent="1" source="823" target="838" edge="1">
                    <mxGeometry relative="1" as="geometry"/>
                </mxCell>
                <mxCell id="920" value="1" style="resizable=0;html=1;align=left;verticalAlign=bottom;labelBackgroundColor=none;fontSize=11;" parent="919" connectable="0" vertex="1">
                    <mxGeometry x="-1" relative="1" as="geometry">
                        <mxPoint as="offset"/>
                    </mxGeometry>
                </mxCell>
                <mxCell id="921" value="*" style="resizable=0;html=1;align=right;verticalAlign=bottom;labelBackgroundColor=none;fontSize=11;" parent="919" connectable="0" vertex="1">
                    <mxGeometry x="1" relative="1" as="geometry">
                        <mxPoint as="offset"/>
                    </mxGeometry>
                </mxCell>
                <mxCell id="922" value="" style="edgeStyle=orthogonalEdgeStyle;endArrow=none;endFill=0;" parent="1" source="768" target="838" edge="1">
                    <mxGeometry x="0.0008" relative="1" as="geometry">
                        <Array as="points">
                            <mxPoint x="870" y="370"/>
                            <mxPoint x="1270" y="370"/>
                        </Array>
                        <mxPoint as="offset"/>
                    </mxGeometry>
                </mxCell>
                <mxCell id="923" value="1" style="resizable=0;html=1;align=left;verticalAlign=bottom;labelBackgroundColor=none;fontSize=11;" parent="922" connectable="0" vertex="1">
                    <mxGeometry x="-1" relative="1" as="geometry">
                        <mxPoint y="14" as="offset"/>
                    </mxGeometry>
                </mxCell>
                <mxCell id="924" value="*" style="resizable=0;html=1;align=right;verticalAlign=bottom;labelBackgroundColor=none;fontSize=11;" parent="922" connectable="0" vertex="1">
                    <mxGeometry x="1" relative="1" as="geometry">
                        <mxPoint as="offset"/>
                    </mxGeometry>
                </mxCell>
                <mxCell id="925" value="" style="edgeStyle=orthogonalEdgeStyle;endArrow=openThin;endFill=0;exitX=0.75;exitY=1;exitDx=0;exitDy=0;startArrow=diamondThin;startFill=1;" parent="1" source="847" edge="1">
                    <mxGeometry relative="1" as="geometry">
                        <Array as="points">
                            <mxPoint x="1340" y="670"/>
                        </Array>
                        <mxPoint x="1340" y="670" as="targetPoint"/>
                    </mxGeometry>
                </mxCell>
                <mxCell id="926" value="1" style="resizable=0;html=1;align=left;verticalAlign=bottom;labelBackgroundColor=none;fontSize=11;" parent="925" connectable="0" vertex="1">
                    <mxGeometry x="-1" relative="1" as="geometry">
                        <mxPoint y="14" as="offset"/>
                    </mxGeometry>
                </mxCell>
                <mxCell id="927" value="*" style="resizable=0;html=1;align=right;verticalAlign=bottom;labelBackgroundColor=none;fontSize=11;" parent="925" connectable="0" vertex="1">
                    <mxGeometry x="1" relative="1" as="geometry">
                        <mxPoint as="offset"/>
                    </mxGeometry>
                </mxCell>
                <mxCell id="928" value="" style="edgeStyle=orthogonalEdgeStyle;endArrow=none;endFill=0;" parent="1" source="768" target="848" edge="1">
                    <mxGeometry relative="1" as="geometry">
                        <Array as="points">
                            <mxPoint x="940" y="350"/>
                            <mxPoint x="1110" y="350"/>
                            <mxPoint x="1110" y="713"/>
                        </Array>
                    </mxGeometry>
                </mxCell>
                <mxCell id="929" value="1" style="resizable=0;html=1;align=left;verticalAlign=bottom;labelBackgroundColor=none;fontSize=11;" parent="928" connectable="0" vertex="1">
                    <mxGeometry x="-1" relative="1" as="geometry">
                        <mxPoint y="14" as="offset"/>
                    </mxGeometry>
                </mxCell>
                <mxCell id="930" value="*" style="resizable=0;html=1;align=right;verticalAlign=bottom;labelBackgroundColor=none;fontSize=11;" parent="928" connectable="0" vertex="1">
                    <mxGeometry x="1" relative="1" as="geometry">
                        <mxPoint as="offset"/>
                    </mxGeometry>
                </mxCell>
                <mxCell id="931" value="" style="edgeStyle=orthogonalEdgeStyle;endArrow=none;endFill=0;" parent="1" source="768" target="852" edge="1">
                    <mxGeometry relative="1" as="geometry">
                        <Array as="points">
                            <mxPoint x="920" y="350"/>
                            <mxPoint x="1620" y="350"/>
                        </Array>
                    </mxGeometry>
                </mxCell>
                <mxCell id="932" value="1" style="resizable=0;html=1;align=left;verticalAlign=bottom;labelBackgroundColor=none;fontSize=11;" parent="931" connectable="0" vertex="1">
                    <mxGeometry x="-1" relative="1" as="geometry">
                        <mxPoint x="-10" y="14" as="offset"/>
                    </mxGeometry>
                </mxCell>
                <mxCell id="933" value="*" style="resizable=0;html=1;align=right;verticalAlign=bottom;labelBackgroundColor=none;fontSize=11;" parent="931" connectable="0" vertex="1">
                    <mxGeometry x="1" relative="1" as="geometry">
                        <mxPoint as="offset"/>
                    </mxGeometry>
                </mxCell>
                <mxCell id="934" value="" style="edgeStyle=orthogonalEdgeStyle;endArrow=open;endFill=0;" parent="1" source="768" target="866" edge="1">
                    <mxGeometry relative="1" as="geometry"/>
                </mxCell>
                <mxCell id="935" value="1" style="resizable=0;html=1;align=left;verticalAlign=bottom;labelBackgroundColor=none;fontSize=11;" parent="934" connectable="0" vertex="1">
                    <mxGeometry x="-1" relative="1" as="geometry">
                        <mxPoint x="-10" as="offset"/>
                    </mxGeometry>
                </mxCell>
                <mxCell id="936" value="*" style="resizable=0;html=1;align=right;verticalAlign=bottom;labelBackgroundColor=none;fontSize=11;" parent="934" connectable="0" vertex="1">
                    <mxGeometry x="1" relative="1" as="geometry">
                        <mxPoint x="10" as="offset"/>
                    </mxGeometry>
                </mxCell>
                <mxCell id="937" value="" style="edgeStyle=orthogonalEdgeStyle;endArrow=none;endFill=0;" parent="1" source="859" target="866" edge="1">
                    <mxGeometry relative="1" as="geometry">
                        <Array as="points">
                            <mxPoint x="205" y="320"/>
                        </Array>
                    </mxGeometry>
                </mxCell>
                <mxCell id="938" value="1" style="resizable=0;html=1;align=left;verticalAlign=bottom;labelBackgroundColor=none;fontSize=11;" parent="937" connectable="0" vertex="1">
                    <mxGeometry x="-1" relative="1" as="geometry">
                        <mxPoint as="offset"/>
                    </mxGeometry>
                </mxCell>
                <mxCell id="939" value="*" style="resizable=0;html=1;align=right;verticalAlign=bottom;labelBackgroundColor=none;fontSize=11;" parent="937" connectable="0" vertex="1">
                    <mxGeometry x="1" relative="1" as="geometry">
                        <mxPoint as="offset"/>
                    </mxGeometry>
                </mxCell>
                <mxCell id="940" value="" style="edgeStyle=orthogonalEdgeStyle;dashed=1;endArrow=open;endFill=0;" parent="1" source="808" target="870" edge="1">
                    <mxGeometry relative="1" as="geometry">
                        <Array as="points">
                            <mxPoint x="1810" y="630"/>
                            <mxPoint x="1810" y="440"/>
                        </Array>
                    </mxGeometry>
                </mxCell>
                <mxCell id="941" value="" style="edgeStyle=orthogonalEdgeStyle;dashed=1;endArrow=open;endFill=0;" parent="1" source="808" target="873" edge="1">
                    <mxGeometry relative="1" as="geometry">
                        <Array as="points">
                            <mxPoint x="1810" y="630"/>
                            <mxPoint x="1810" y="570"/>
                        </Array>
                    </mxGeometry>
                </mxCell>
                <mxCell id="942" value="" style="edgeStyle=orthogonalEdgeStyle;dashed=1;endArrow=open;endFill=0;" parent="1" source="823" target="876" edge="1">
                    <mxGeometry relative="1" as="geometry">
                        <Array as="points">
                            <mxPoint x="1020" y="640"/>
                            <mxPoint x="1955" y="640"/>
                        </Array>
                    </mxGeometry>
                </mxCell>
                <mxCell id="943" value="" style="edgeStyle=orthogonalEdgeStyle;dashed=1;endArrow=open;endFill=0;exitX=1;exitY=0.5;exitDx=0;exitDy=0;" parent="1" source="947" target="880" edge="1">
                    <mxGeometry relative="1" as="geometry">
                        <Array as="points">
                            <mxPoint x="1450" y="890"/>
                            <mxPoint x="1450" y="890"/>
                        </Array>
                        <mxPoint x="1090" y="880" as="sourcePoint"/>
                    </mxGeometry>
                </mxCell>
                <mxCell id="944" value="" style="edgeStyle=orthogonalEdgeStyle;dashed=1;endArrow=open;endFill=0;exitX=0.75;exitY=0;exitDx=0;exitDy=0;" parent="1" source="838" target="884" edge="1">
                    <mxGeometry relative="1" as="geometry">
                        <Array as="points">
                            <mxPoint x="1340" y="380"/>
                            <mxPoint x="2090" y="380"/>
                            <mxPoint x="2090" y="450"/>
                        </Array>
                    </mxGeometry>
                </mxCell>
                <mxCell id="945" value="" style="edgeStyle=orthogonalEdgeStyle;dashed=1;endArrow=open;endFill=0;" parent="1" source="852" target="888" edge="1">
                    <mxGeometry relative="1" as="geometry">
                        <Array as="points">
                            <mxPoint x="2225" y="510"/>
                        </Array>
                    </mxGeometry>
                </mxCell>
                <mxCell id="946" value="" style="edgeStyle=orthogonalEdgeStyle;dashed=1;endArrow=open;endFill=0;" parent="1" source="852" target="895" edge="1">
                    <mxGeometry relative="1" as="geometry">
                        <Array as="points">
                            <mxPoint x="2080" y="510"/>
                            <mxPoint x="2080" y="800"/>
                        </Array>
                    </mxGeometry>
                </mxCell>
                <mxCell id="947" value="JoinRequest" style="swimlane;fontStyle=1;align=center;startSize=26;" parent="1" vertex="1">
                    <mxGeometry x="780" y="817" width="280" height="146" as="geometry"/>
                </mxCell>
                <mxCell id="948" value="+ id: String [PK]" style="text;strokeColor=none;fillColor=none;align=left;spacingLeft=4;fontSize=11;" parent="947" vertex="1">
                    <mxGeometry y="26" width="260" height="20" as="geometry"/>
                </mxCell>
                <mxCell id="949" value="+ userId: String [FK]" style="text;strokeColor=none;fillColor=none;align=left;spacingLeft=4;fontSize=11;" parent="947" vertex="1">
                    <mxGeometry y="46" width="260" height="20" as="geometry"/>
                </mxCell>
                <mxCell id="950" value="+ spaceId: String [FK]" style="text;strokeColor=none;fillColor=none;align=left;spacingLeft=4;fontSize=11;" parent="947" vertex="1">
                    <mxGeometry y="66" width="260" height="20" as="geometry"/>
                </mxCell>
                <mxCell id="951" value="+ studySessionId: String [FK]" style="text;strokeColor=none;fillColor=none;align=left;spacingLeft=4;fontSize=11;" parent="947" vertex="1">
                    <mxGeometry y="86" width="260" height="20" as="geometry"/>
                </mxCell>
                <mxCell id="952" value="+ createdAt: DateTime" style="text;strokeColor=none;fillColor=none;align=left;spacingLeft=4;fontSize=11;" parent="947" vertex="1">
                    <mxGeometry y="106" width="260" height="20" as="geometry"/>
                </mxCell>
                <mxCell id="953" value="+ status: JoinRequestStatus" style="text;strokeColor=none;fillColor=none;align=left;spacingLeft=4;fontSize=11;" parent="947" vertex="1">
                    <mxGeometry y="126" width="260" height="20" as="geometry"/>
                </mxCell>
                <mxCell id="958" value="" style="edgeStyle=orthogonalEdgeStyle;endArrow=none;endFill=0;startArrow=diamondThin;startFill=1;entryX=0.25;entryY=0;entryDx=0;entryDy=0;exitX=0.25;exitY=1;exitDx=0;exitDy=0;" parent="1" source="777" target="947" edge="1">
                    <mxGeometry relative="1" as="geometry">
                        <Array as="points">
                            <mxPoint x="785" y="330"/>
                            <mxPoint x="750" y="330"/>
                            <mxPoint x="750" y="800"/>
                            <mxPoint x="850" y="800"/>
                        </Array>
                        <mxPoint x="780" y="270" as="sourcePoint"/>
                        <mxPoint x="790" y="733" as="targetPoint"/>
                    </mxGeometry>
                </mxCell>
                <mxCell id="959" value="1" style="resizable=0;html=1;align=left;verticalAlign=bottom;labelBackgroundColor=none;fontSize=11;" parent="958" connectable="0" vertex="1">
                    <mxGeometry x="-1" relative="1" as="geometry">
                        <mxPoint y="14" as="offset"/>
                    </mxGeometry>
                </mxCell>
                <mxCell id="960" value="*" style="resizable=0;html=1;align=right;verticalAlign=bottom;labelBackgroundColor=none;fontSize=11;" parent="958" connectable="0" vertex="1">
                    <mxGeometry x="1" relative="1" as="geometry">
                        <mxPoint as="offset"/>
                    </mxGeometry>
                </mxCell>
                <mxCell id="961" value="" style="edgeStyle=orthogonalEdgeStyle;endArrow=none;endFill=0;startArrow=diamondThin;startFill=1;entryX=0.75;entryY=0;entryDx=0;entryDy=0;exitX=0.75;exitY=1;exitDx=0;exitDy=0;" parent="1" source="832" target="947" edge="1">
                    <mxGeometry relative="1" as="geometry">
                        <Array as="points">
                            <mxPoint x="990" y="660"/>
                            <mxPoint x="1080" y="660"/>
                            <mxPoint x="1080" y="800"/>
                            <mxPoint x="990" y="800"/>
                        </Array>
                        <mxPoint x="795" y="286" as="sourcePoint"/>
                        <mxPoint x="860" y="827" as="targetPoint"/>
                    </mxGeometry>
                </mxCell>
                <mxCell id="962" value="1" style="resizable=0;html=1;align=left;verticalAlign=bottom;labelBackgroundColor=none;fontSize=11;" parent="961" connectable="0" vertex="1">
                    <mxGeometry x="-1" relative="1" as="geometry">
                        <mxPoint y="14" as="offset"/>
                    </mxGeometry>
                </mxCell>
                <mxCell id="963" value="*" style="resizable=0;html=1;align=right;verticalAlign=bottom;labelBackgroundColor=none;fontSize=11;" parent="961" connectable="0" vertex="1">
                    <mxGeometry x="1" relative="1" as="geometry">
                        <mxPoint as="offset"/>
                    </mxGeometry>
                </mxCell>
                <mxCell id="965" value="" style="edgeStyle=orthogonalEdgeStyle;endArrow=none;endFill=0;startArrow=diamondThin;startFill=1;entryX=0;entryY=0;entryDx=0;entryDy=0;exitX=0.5;exitY=1;exitDx=0;exitDy=0;" parent="1" source="822" target="947" edge="1">
                    <mxGeometry relative="1" as="geometry">
                        <Array as="points">
                            <mxPoint x="560" y="817"/>
                        </Array>
                        <mxPoint x="795" y="286" as="sourcePoint"/>
                        <mxPoint x="860" y="827" as="targetPoint"/>
                    </mxGeometry>
                </mxCell>
                <mxCell id="966" value="1" style="resizable=0;html=1;align=left;verticalAlign=bottom;labelBackgroundColor=none;fontSize=11;" parent="965" connectable="0" vertex="1">
                    <mxGeometry x="-1" relative="1" as="geometry">
                        <mxPoint y="14" as="offset"/>
                    </mxGeometry>
                </mxCell>
                <mxCell id="967" value="*" style="resizable=0;html=1;align=right;verticalAlign=bottom;labelBackgroundColor=none;fontSize=11;" parent="965" connectable="0" vertex="1">
                    <mxGeometry x="1" relative="1" as="geometry">
                        <mxPoint as="offset"/>
                    </mxGeometry>
                </mxCell>
            </root>
        </mxGraphModel>
    </diagram>
</mxfile>
